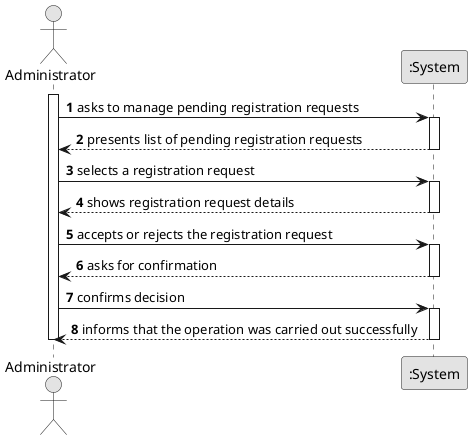
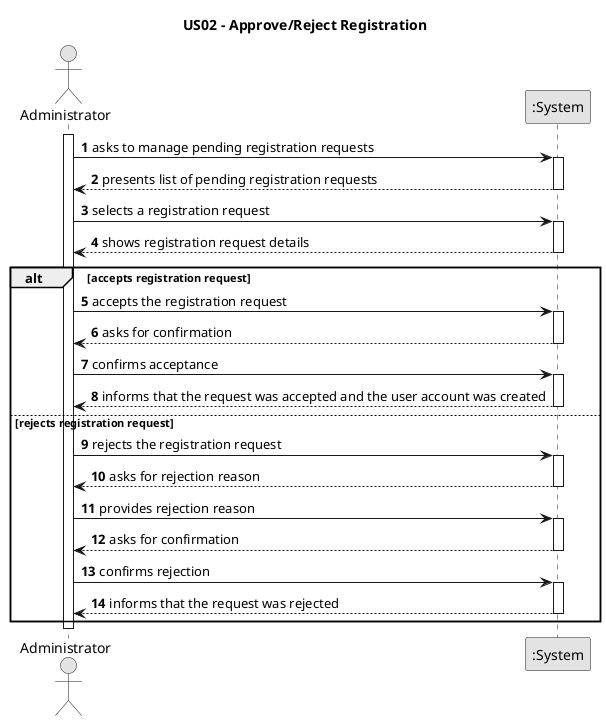
@startuml
+ title US02 - Approve/Reject Registration
skinparam monochrome true
skinparam packageStyle rectangle
skinparam shadowing false

autonumber

actor "Administrator" as Admin
participant ":System" as System

activate Admin

    Admin -> System : asks to manage pending registration requests
    activate System
        System --> Admin : presents list of pending registration requests
    deactivate System

    Admin -> System : selects a registration request
    activate System
        System --> Admin : shows registration request details
    deactivate System

-     Admin -> System : accepts or rejects the registration request
-     activate System
-         System --> Admin : asks for confirmation
-     deactivate System
+     alt accepts registration request

-     Admin -> System : confirms decision
-     activate System
-         System --> Admin : informs that the operation was carried out successfully
-     deactivate System
+         Admin -> System : accepts the registration request
+         activate System
+             System --> Admin : asks for confirmation
+         deactivate System
+ 
+         Admin -> System : confirms acceptance
+         activate System
+             System --> Admin : informs that the request was accepted and the user account was created
+         deactivate System
+ 
+     else rejects registration request
+ 
+         Admin -> System : rejects the registration request
+         activate System
+             System --> Admin : asks for rejection reason
+         deactivate System
+ 
+         Admin -> System : provides rejection reason
+         activate System
+             System --> Admin : asks for confirmation
+         deactivate System
+ 
+         Admin -> System : confirms rejection
+         activate System
+             System --> Admin : informs that the request was rejected
+         deactivate System
+ 
+     end

deactivate Admin
@enduml